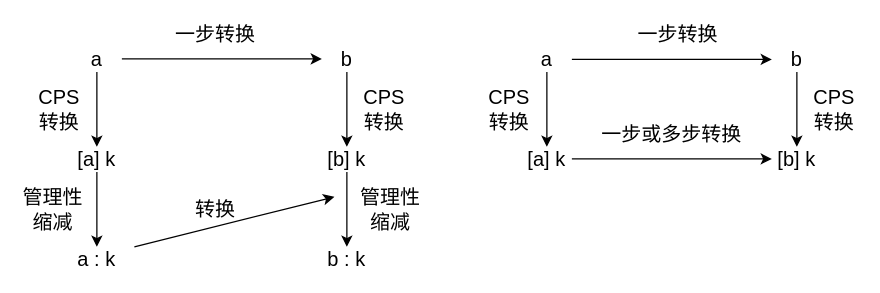
The draw.io diagram thesis/Pol.drawio in ABigDoge/MyDiagrams, before the edit. Source tidied: cells renumbered, new cells numbered last; positions are measured from the earlier drawing's top-left corner, leaving out a move shared by most shapes. Both pictures are drawn from the tidied source at 125%, with x=0, y=0 at pixel (21, 21).
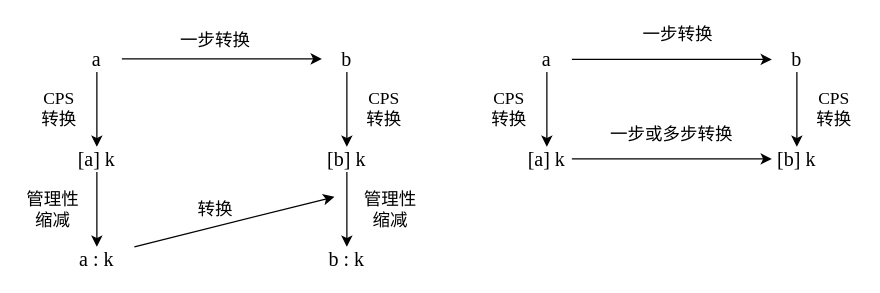
The same page after the edit.

The edit, as a diff of the source:
```diff
@@
-    <mxCell id="4" value="&lt;font style=&quot;font-size: 16px&quot;&gt;a&lt;/font&gt;" style="text;html=1;strokeColor=none;fillColor=none;align=center;verticalAlign=middle;whiteSpace=wrap;rounded=0;" parent="1" vertex="1">
+    <mxCell id="4" value="&lt;font style=&quot;font-size: 16px&quot; face=&quot;Times New Roman&quot;&gt;a&lt;/font&gt;" style="text;html=1;strokeColor=none;fillColor=none;align=center;verticalAlign=middle;whiteSpace=wrap;rounded=0;" parent="1" vertex="1">
       <mxGeometry x="40" y="20" width="40" height="20" as="geometry" />
     </mxCell>
@@
-    <mxCell id="6" value="&lt;font style=&quot;font-size: 16px&quot;&gt;b&lt;/font&gt;" style="text;html=1;strokeColor=none;fillColor=none;align=center;verticalAlign=middle;whiteSpace=wrap;rounded=0;" parent="1" vertex="1">
+    <mxCell id="6" value="&lt;font style=&quot;font-size: 16px&quot; face=&quot;Times New Roman&quot;&gt;b&lt;/font&gt;" style="text;html=1;strokeColor=none;fillColor=none;align=center;verticalAlign=middle;whiteSpace=wrap;rounded=0;" parent="1" vertex="1">
       <mxGeometry x="240" y="20" width="40" height="20" as="geometry" />
     </mxCell>
-    <mxCell id="7" value="&lt;span style=&quot;font-size: 16px&quot;&gt;一步转换&lt;/span&gt;" style="text;html=1;strokeColor=none;fillColor=none;align=center;verticalAlign=middle;whiteSpace=wrap;rounded=0;" parent="1" vertex="1">
-      <mxGeometry x="110" width="90" height="20" as="geometry" />
+    <mxCell id="7" value="&lt;font style=&quot;font-size: 14px&quot;&gt;一步转换&lt;/font&gt;" style="text;html=1;strokeColor=none;fillColor=none;align=center;verticalAlign=middle;whiteSpace=wrap;rounded=0;" parent="1" vertex="1">
+      <mxGeometry x="110" y="5" width="90" height="20" as="geometry" />
     </mxCell>
@@
-    <mxCell id="9" value="&lt;font style=&quot;font-size: 16px&quot;&gt;[a] k&lt;/font&gt;" style="text;html=1;strokeColor=none;fillColor=none;align=center;verticalAlign=middle;whiteSpace=wrap;rounded=0;" parent="1" vertex="1">
+    <mxCell id="9" value="&lt;font style=&quot;font-size: 16px&quot; face=&quot;Times New Roman&quot;&gt;[a] k&lt;/font&gt;" style="text;html=1;strokeColor=none;fillColor=none;align=center;verticalAlign=middle;whiteSpace=wrap;rounded=0;" parent="1" vertex="1">
       <mxGeometry x="40" y="100" width="40" height="20" as="geometry" />
     </mxCell>
-    <mxCell id="10" value="&lt;font style=&quot;font-size: 16px&quot;&gt;CPS转换&lt;/font&gt;" style="text;html=1;strokeColor=none;fillColor=none;align=center;verticalAlign=middle;whiteSpace=wrap;rounded=0;" parent="1" vertex="1">
+    <mxCell id="10" value="&lt;font style=&quot;font-size: 14px&quot; face=&quot;Times New Roman&quot;&gt;CPS转换&lt;/font&gt;" style="text;html=1;strokeColor=none;fillColor=none;align=center;verticalAlign=middle;whiteSpace=wrap;rounded=0;" parent="1" vertex="1">
       <mxGeometry x="10" y="60" width="40" height="20" as="geometry" />
     </mxCell>
@@
-    <mxCell id="12" value="&lt;font style=&quot;font-size: 16px&quot;&gt;[b] k&lt;/font&gt;" style="text;html=1;strokeColor=none;fillColor=none;align=center;verticalAlign=middle;whiteSpace=wrap;rounded=0;" parent="1" vertex="1">
+    <mxCell id="12" value="&lt;font style=&quot;font-size: 16px&quot; face=&quot;Times New Roman&quot;&gt;[b] k&lt;/font&gt;" style="text;html=1;strokeColor=none;fillColor=none;align=center;verticalAlign=middle;whiteSpace=wrap;rounded=0;" parent="1" vertex="1">
       <mxGeometry x="240" y="100" width="40" height="20" as="geometry" />
     </mxCell>
-    <mxCell id="13" value="&lt;font style=&quot;font-size: 16px&quot;&gt;CPS转换&lt;/font&gt;" style="text;html=1;strokeColor=none;fillColor=none;align=center;verticalAlign=middle;whiteSpace=wrap;rounded=0;" parent="1" vertex="1">
+    <mxCell id="13" value="&lt;font style=&quot;font-size: 14px&quot; face=&quot;Times New Roman&quot;&gt;CPS转换&lt;/font&gt;" style="text;html=1;strokeColor=none;fillColor=none;align=center;verticalAlign=middle;whiteSpace=wrap;rounded=0;" parent="1" vertex="1">
       <mxGeometry x="270" y="60" width="40" height="20" as="geometry" />
     </mxCell>
-    <mxCell id="14" value="&lt;font style=&quot;font-size: 16px&quot;&gt;a : k&lt;/font&gt;" style="text;html=1;strokeColor=none;fillColor=none;align=center;verticalAlign=middle;whiteSpace=wrap;rounded=0;" parent="1" vertex="1">
+    <mxCell id="14" value="&lt;font style=&quot;font-size: 16px&quot; face=&quot;Times New Roman&quot;&gt;a : k&lt;/font&gt;" style="text;html=1;strokeColor=none;fillColor=none;align=center;verticalAlign=middle;whiteSpace=wrap;rounded=0;" parent="1" vertex="1">
       <mxGeometry x="40" y="180" width="40" height="20" as="geometry" />
     </mxCell>
-    <mxCell id="15" value="&lt;font style=&quot;font-size: 16px&quot;&gt;b : k&lt;/font&gt;" style="text;html=1;strokeColor=none;fillColor=none;align=center;verticalAlign=middle;whiteSpace=wrap;rounded=0;" parent="1" vertex="1">
+    <mxCell id="15" value="&lt;font style=&quot;font-size: 16px&quot; face=&quot;Times New Roman&quot;&gt;b : k&lt;/font&gt;" style="text;html=1;strokeColor=none;fillColor=none;align=center;verticalAlign=middle;whiteSpace=wrap;rounded=0;" parent="1" vertex="1">
       <mxGeometry x="240" y="180" width="40" height="20" as="geometry" />
     </mxCell>
@@
-    <mxCell id="17" value="&lt;font style=&quot;font-size: 16px&quot;&gt;转换&lt;/font&gt;" style="text;html=1;strokeColor=none;fillColor=none;align=center;verticalAlign=middle;whiteSpace=wrap;rounded=0;" parent="1" vertex="1">
+    <mxCell id="17" value="&lt;font style=&quot;font-size: 14px&quot;&gt;转换&lt;/font&gt;" style="text;html=1;strokeColor=none;fillColor=none;align=center;verticalAlign=middle;whiteSpace=wrap;rounded=0;" parent="1" vertex="1">
       <mxGeometry x="135" y="140" width="40" height="20" as="geometry" />
     </mxCell>
-    <mxCell id="18" value="&lt;span style=&quot;font-size: 16px&quot;&gt;管理性缩减&lt;/span&gt;" style="text;html=1;strokeColor=none;fillColor=none;align=center;verticalAlign=middle;whiteSpace=wrap;rounded=0;" parent="1" vertex="1">
+    <mxCell id="18" value="&lt;font style=&quot;font-size: 14px&quot;&gt;管理性缩减&lt;/font&gt;" style="text;html=1;strokeColor=none;fillColor=none;align=center;verticalAlign=middle;whiteSpace=wrap;rounded=0;" parent="1" vertex="1">
       <mxGeometry y="140" width="50" height="20" as="geometry" />
     </mxCell>
-    <mxCell id="19" value="&lt;span style=&quot;font-size: 16px&quot;&gt;管理性缩减&lt;/span&gt;" style="text;html=1;strokeColor=none;fillColor=none;align=center;verticalAlign=middle;whiteSpace=wrap;rounded=0;" parent="1" vertex="1">
+    <mxCell id="19" value="&lt;font style=&quot;font-size: 14px&quot;&gt;管理性缩减&lt;/font&gt;" style="text;html=1;strokeColor=none;fillColor=none;align=center;verticalAlign=middle;whiteSpace=wrap;rounded=0;" parent="1" vertex="1">
       <mxGeometry x="270" y="140" width="50" height="20" as="geometry" />
     </mxCell>
-    <mxCell id="20" value="&lt;span style=&quot;font-size: 16px&quot;&gt;a&lt;/span&gt;" style="text;html=1;strokeColor=none;fillColor=none;align=center;verticalAlign=middle;whiteSpace=wrap;rounded=0;" parent="1" vertex="1">
+    <mxCell id="20" value="&lt;span style=&quot;font-size: 16px&quot;&gt;&lt;font face=&quot;Times New Roman&quot;&gt;a&lt;/font&gt;&lt;/span&gt;" style="text;html=1;strokeColor=none;fillColor=none;align=center;verticalAlign=middle;whiteSpace=wrap;rounded=0;" parent="1" vertex="1">
       <mxGeometry x="400" y="20" width="40" height="20" as="geometry" />
     </mxCell>
-    <mxCell id="21" value="&lt;font style=&quot;font-size: 16px&quot;&gt;b&lt;/font&gt;" style="text;html=1;strokeColor=none;fillColor=none;align=center;verticalAlign=middle;whiteSpace=wrap;rounded=0;" parent="1" vertex="1">
+    <mxCell id="21" value="&lt;font style=&quot;font-size: 16px&quot; face=&quot;Times New Roman&quot;&gt;b&lt;/font&gt;" style="text;html=1;strokeColor=none;fillColor=none;align=center;verticalAlign=middle;whiteSpace=wrap;rounded=0;" parent="1" vertex="1">
       <mxGeometry x="600" y="20" width="40" height="20" as="geometry" />
     </mxCell>
@@
-    <mxCell id="24" value="&lt;span style=&quot;font-size: 16px&quot;&gt;一步转换&lt;/span&gt;" style="text;html=1;strokeColor=none;fillColor=none;align=center;verticalAlign=middle;whiteSpace=wrap;rounded=0;" parent="1" vertex="1">
+    <mxCell id="24" value="&lt;font style=&quot;font-size: 14px&quot;&gt;一步转换&lt;/font&gt;" style="text;html=1;strokeColor=none;fillColor=none;align=center;verticalAlign=middle;whiteSpace=wrap;rounded=0;" parent="1" vertex="1">
       <mxGeometry x="480" width="90" height="20" as="geometry" />
     </mxCell>
@@
-    <mxCell id="27" value="&lt;font style=&quot;font-size: 16px&quot;&gt;CPS转换&lt;/font&gt;" style="text;html=1;strokeColor=none;fillColor=none;align=center;verticalAlign=middle;whiteSpace=wrap;rounded=0;" parent="1" vertex="1">
+    <mxCell id="27" value="&lt;font style=&quot;font-size: 14px&quot; face=&quot;Times New Roman&quot;&gt;CPS转换&lt;/font&gt;" style="text;html=1;strokeColor=none;fillColor=none;align=center;verticalAlign=middle;whiteSpace=wrap;rounded=0;" parent="1" vertex="1">
       <mxGeometry x="370" y="60" width="40" height="20" as="geometry" />
     </mxCell>
-    <mxCell id="28" value="&lt;font style=&quot;font-size: 16px&quot;&gt;CPS转换&lt;/font&gt;" style="text;html=1;strokeColor=none;fillColor=none;align=center;verticalAlign=middle;whiteSpace=wrap;rounded=0;" parent="1" vertex="1">
+    <mxCell id="28" value="&lt;font style=&quot;font-size: 14px&quot; face=&quot;Times New Roman&quot;&gt;CPS转换&lt;/font&gt;" style="text;html=1;strokeColor=none;fillColor=none;align=center;verticalAlign=middle;whiteSpace=wrap;rounded=0;" parent="1" vertex="1">
       <mxGeometry x="630" y="60" width="40" height="20" as="geometry" />
     </mxCell>
-    <mxCell id="29" value="&lt;font style=&quot;font-size: 16px&quot;&gt;[a] k&lt;/font&gt;" style="text;html=1;strokeColor=none;fillColor=none;align=center;verticalAlign=middle;whiteSpace=wrap;rounded=0;" parent="1" vertex="1">
+    <mxCell id="29" value="&lt;font style=&quot;font-size: 16px&quot; face=&quot;Times New Roman&quot;&gt;[a] k&lt;/font&gt;" style="text;html=1;strokeColor=none;fillColor=none;align=center;verticalAlign=middle;whiteSpace=wrap;rounded=0;" parent="1" vertex="1">
       <mxGeometry x="400" y="100" width="40" height="20" as="geometry" />
     </mxCell>
-    <mxCell id="30" value="&lt;font style=&quot;font-size: 16px&quot;&gt;[b] k&lt;/font&gt;" style="text;html=1;strokeColor=none;fillColor=none;align=center;verticalAlign=middle;whiteSpace=wrap;rounded=0;" parent="1" vertex="1">
+    <mxCell id="30" value="&lt;font style=&quot;font-size: 16px&quot; face=&quot;Times New Roman&quot;&gt;[b] k&lt;/font&gt;" style="text;html=1;strokeColor=none;fillColor=none;align=center;verticalAlign=middle;whiteSpace=wrap;rounded=0;" parent="1" vertex="1">
       <mxGeometry x="600" y="100" width="40" height="20" as="geometry" />
     </mxCell>
@@
-    <mxCell id="32" value="&lt;span style=&quot;font-size: 16px&quot;&gt;一步或多步转换&lt;/span&gt;" style="text;html=1;strokeColor=none;fillColor=none;align=center;verticalAlign=middle;whiteSpace=wrap;rounded=0;" parent="1" vertex="1">
+    <mxCell id="32" value="&lt;font style=&quot;font-size: 14px&quot;&gt;一步或多步转换&lt;/font&gt;" style="text;html=1;strokeColor=none;fillColor=none;align=center;verticalAlign=middle;whiteSpace=wrap;rounded=0;" parent="1" vertex="1">
       <mxGeometry x="460" y="80" width="120" height="20" as="geometry" />
     </mxCell>
```
